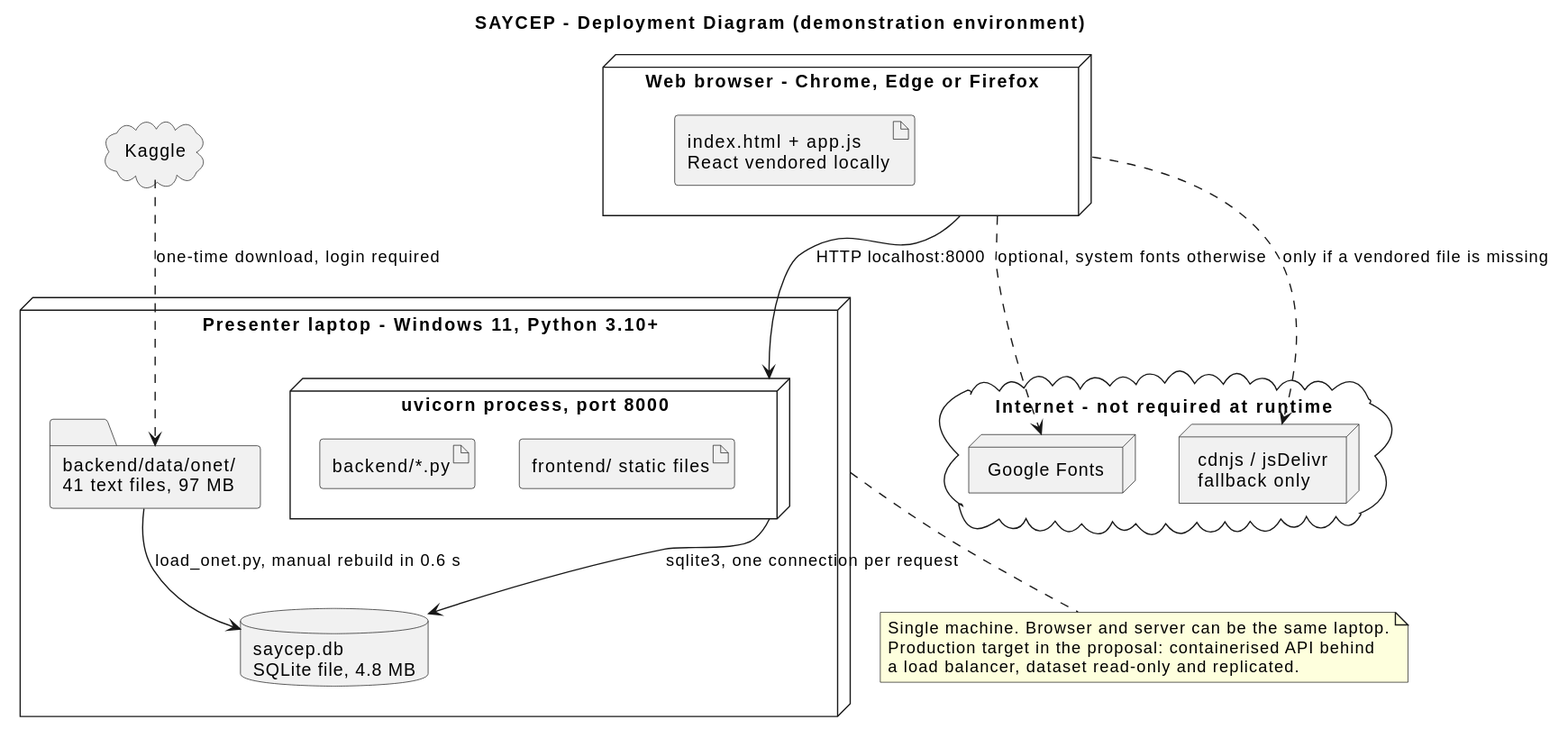
Earlier version of the PlantUML export docs/uml/a3/07-deployment.svg (ShogunLSG/SAYCEP).
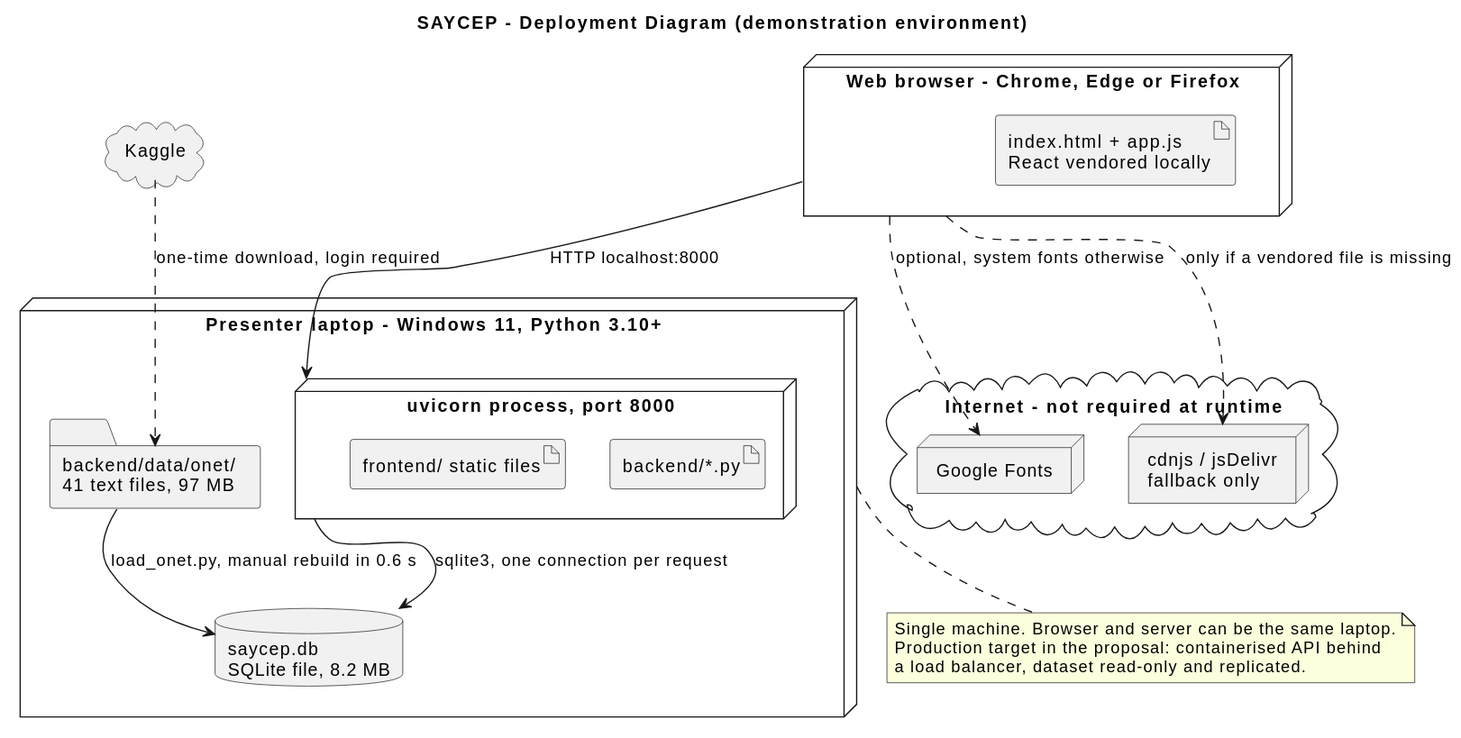
Later version of the same file.

Diff of the diagram source:
```diff
@@ -7,7 +7,7 @@
     artifact "backend/*.py" as Code
     artifact "frontend/ static files" as Static
   }
-  database "saycep.db\nSQLite file, 4.8 MB" as DB
+  database "saycep.db\nSQLite file, 8.2 MB" as DB
   folder "backend/data/onet/\n41 text files, 97 MB" as Onet
 }
 
```
